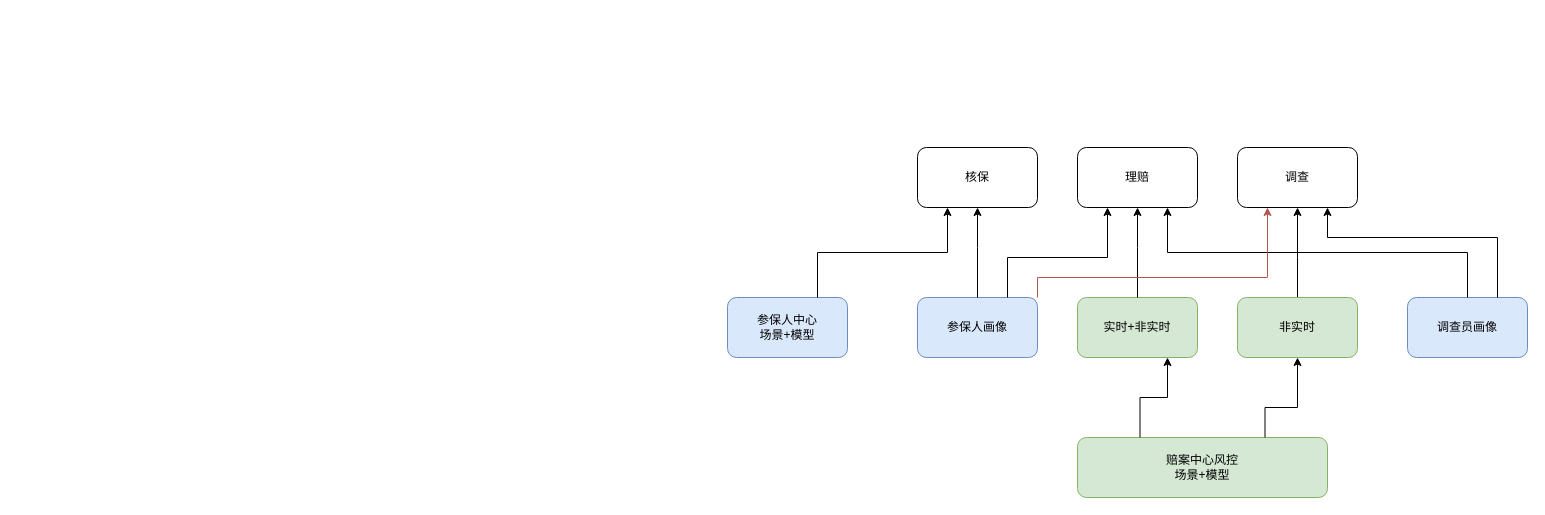
The draw.io diagram 太平/太平模块图.drawio in XiaoLiuAI/diagrams, before the edit. Source tidied: cells renumbered, new cells numbered last; positions are measured from the earlier drawing's top-left corner, leaving out a move shared by most shapes. Both pictures are drawn from the tidied source at 100%, with x=0, y=0 at pixel (727, 147).
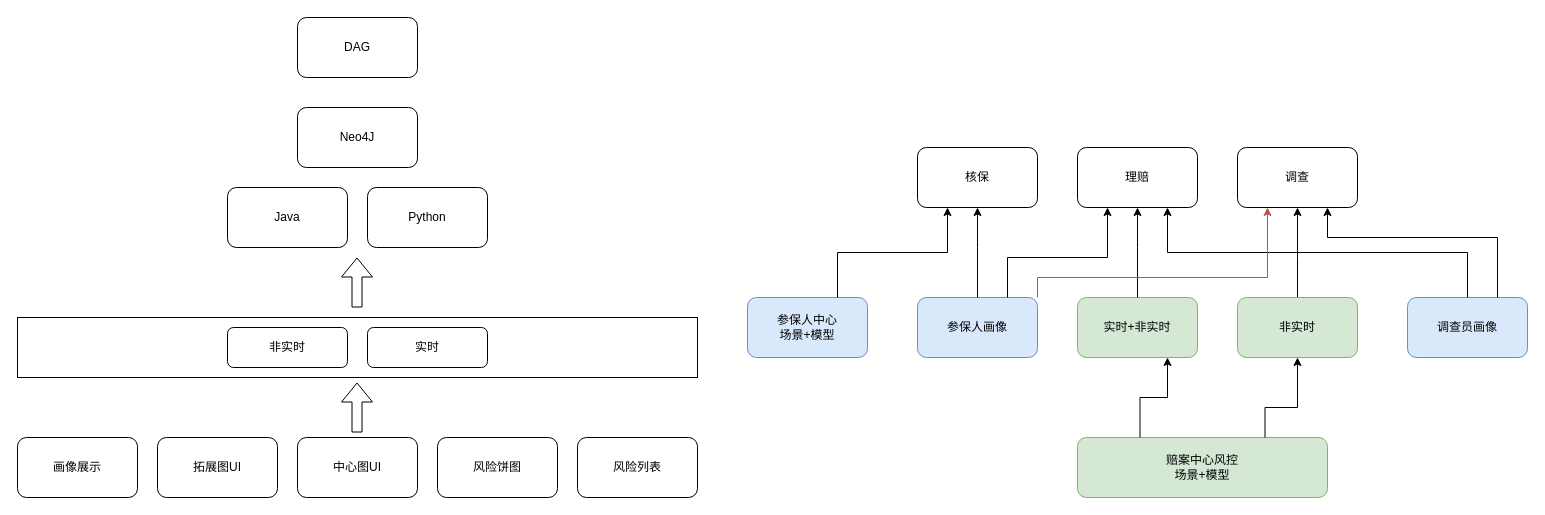
The same page after the edit.

Commit message (it also covers changes not shown here):
更新太平模块图.drawio

Diff of the diagram source:
```diff
@@
     <mxCell id="14" value="参保人中心&lt;br&gt;场景+模型" style="rounded=1;whiteSpace=wrap;html=1;fillColor=#dae8fc;strokeColor=#6c8ebf;" parent="1" vertex="1">
-      <mxGeometry y="150" width="120" height="60" as="geometry" />
+      <mxGeometry x="20" y="150" width="120" height="60" as="geometry" />
     </mxCell>
@@
+    <mxCell id="21" value="风险饼图" style="rounded=1;whiteSpace=wrap;html=1;" parent="1" vertex="1">
+      <mxGeometry x="-290" y="290" width="120" height="60" as="geometry" />
+    </mxCell>
+    <mxCell id="22" value="风险列表" style="rounded=1;whiteSpace=wrap;html=1;" parent="1" vertex="1">
+      <mxGeometry x="-150" y="290" width="120" height="60" as="geometry" />
+    </mxCell>
+    <mxCell id="23" value="中心图UI" style="rounded=1;whiteSpace=wrap;html=1;" parent="1" vertex="1">
+      <mxGeometry x="-430" y="290" width="120" height="60" as="geometry" />
+    </mxCell>
+    <mxCell id="24" value="拓展图UI" style="rounded=1;whiteSpace=wrap;html=1;" parent="1" vertex="1">
+      <mxGeometry x="-570" y="290" width="120" height="60" as="geometry" />
+    </mxCell>
+    <mxCell id="25" value="画像展示" style="rounded=1;whiteSpace=wrap;html=1;" parent="1" vertex="1">
+      <mxGeometry x="-710" y="290" width="120" height="60" as="geometry" />
+    </mxCell>
+    <mxCell id="26" value="Java" style="rounded=1;whiteSpace=wrap;html=1;" parent="1" vertex="1">
+      <mxGeometry x="-500" y="40" width="120" height="60" as="geometry" />
+    </mxCell>
+    <mxCell id="27" value="DAG" style="rounded=1;whiteSpace=wrap;html=1;" parent="1" vertex="1">
+      <mxGeometry x="-430" y="-130" width="120" height="60" as="geometry" />
+    </mxCell>
+    <mxCell id="28" value="Python" style="rounded=1;whiteSpace=wrap;html=1;" parent="1" vertex="1">
+      <mxGeometry x="-360" y="40" width="120" height="60" as="geometry" />
+    </mxCell>
+    <mxCell id="29" style="rounded=0;whiteSpace=wrap;html=1;" parent="1" vertex="1">
+      <mxGeometry x="-710" y="170" width="680" height="60" as="geometry" />
+    </mxCell>
+    <mxCell id="30" style="shape=flexArrow;endArrow=classic;html=1;rounded=0;strokeColor=#000000;" parent="1" edge="1">
+      <mxGeometry relative="1" as="geometry">
+        <mxPoint x="-370.5" y="285" as="sourcePoint" />
+        <mxPoint x="-370.5" y="235" as="targetPoint" />
+      </mxGeometry>
+    </mxCell>
+    <mxCell id="31" style="shape=flexArrow;endArrow=classic;html=1;rounded=0;strokeColor=#000000;" parent="1" edge="1">
+      <mxGeometry relative="1" as="geometry">
+        <mxPoint x="-370.5" y="160" as="sourcePoint" />
+        <mxPoint x="-370.5" y="110" as="targetPoint" />
+      </mxGeometry>
+    </mxCell>
+    <mxCell id="32" value="Neo4J" style="rounded=1;whiteSpace=wrap;html=1;" parent="1" vertex="1">
+      <mxGeometry x="-430" y="-40" width="120" height="60" as="geometry" />
+    </mxCell>
+    <mxCell id="33" value="实时" style="rounded=1;whiteSpace=wrap;html=1;" parent="1" vertex="1">
+      <mxGeometry x="-360" y="180" width="120" height="40" as="geometry" />
+    </mxCell>
+    <mxCell id="34" value="非实时" style="rounded=1;whiteSpace=wrap;html=1;" parent="1" vertex="1">
+      <mxGeometry x="-500" y="180" width="120" height="40" as="geometry" />
+    </mxCell>
```
